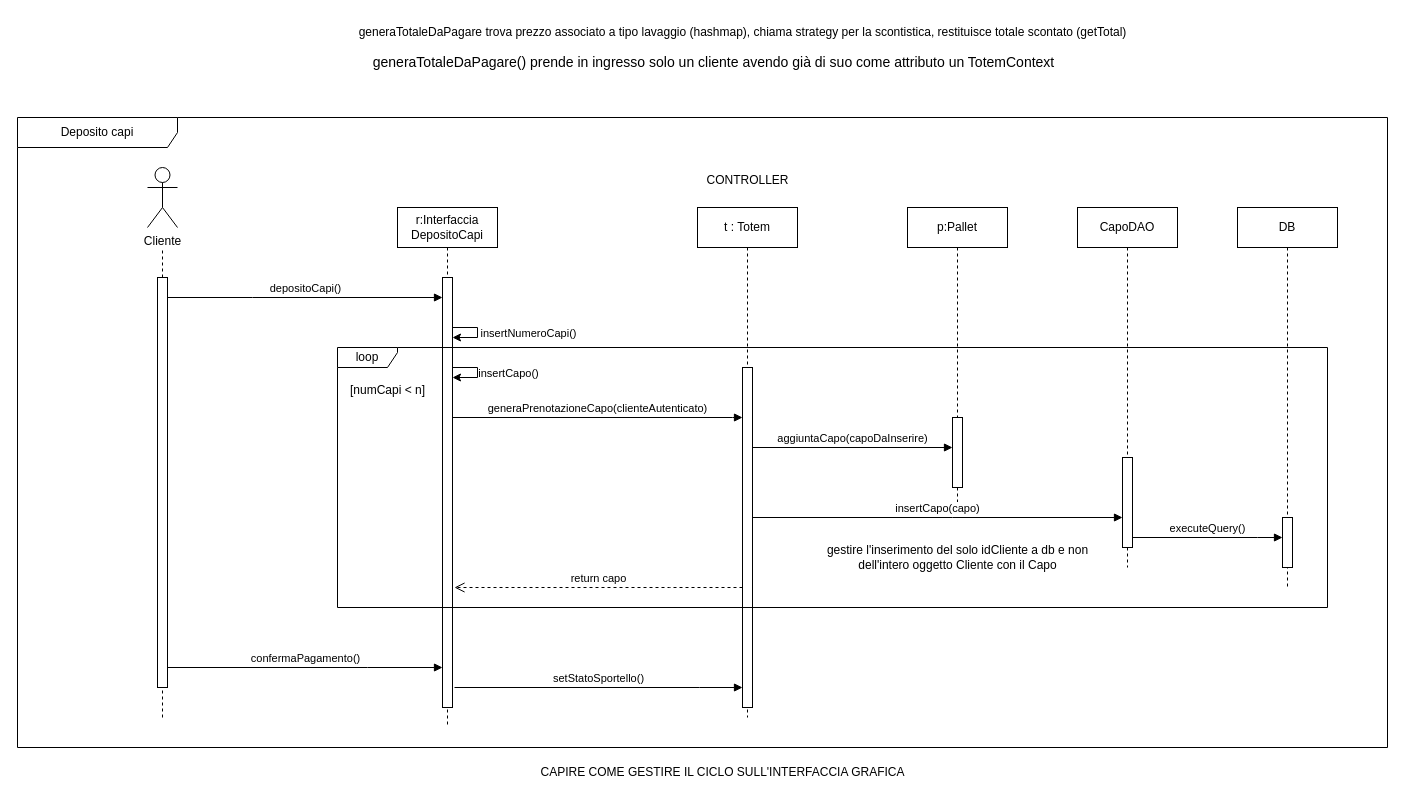
This is Docs/7 - Diagrammi Sequenze/DiagSeqUC2_AlternativeScenario.drawio from IngSW-unipv/Progetto-M25, a draw.io file, before an edit. Source tidied: cells renumbered, new cells numbered last; positions are measured from the earlier drawing's top-left corner, leaving out a move shared by most shapes. Both pictures are drawn from the tidied source at 100%, with x=0, y=0 at pixel (17, 17).
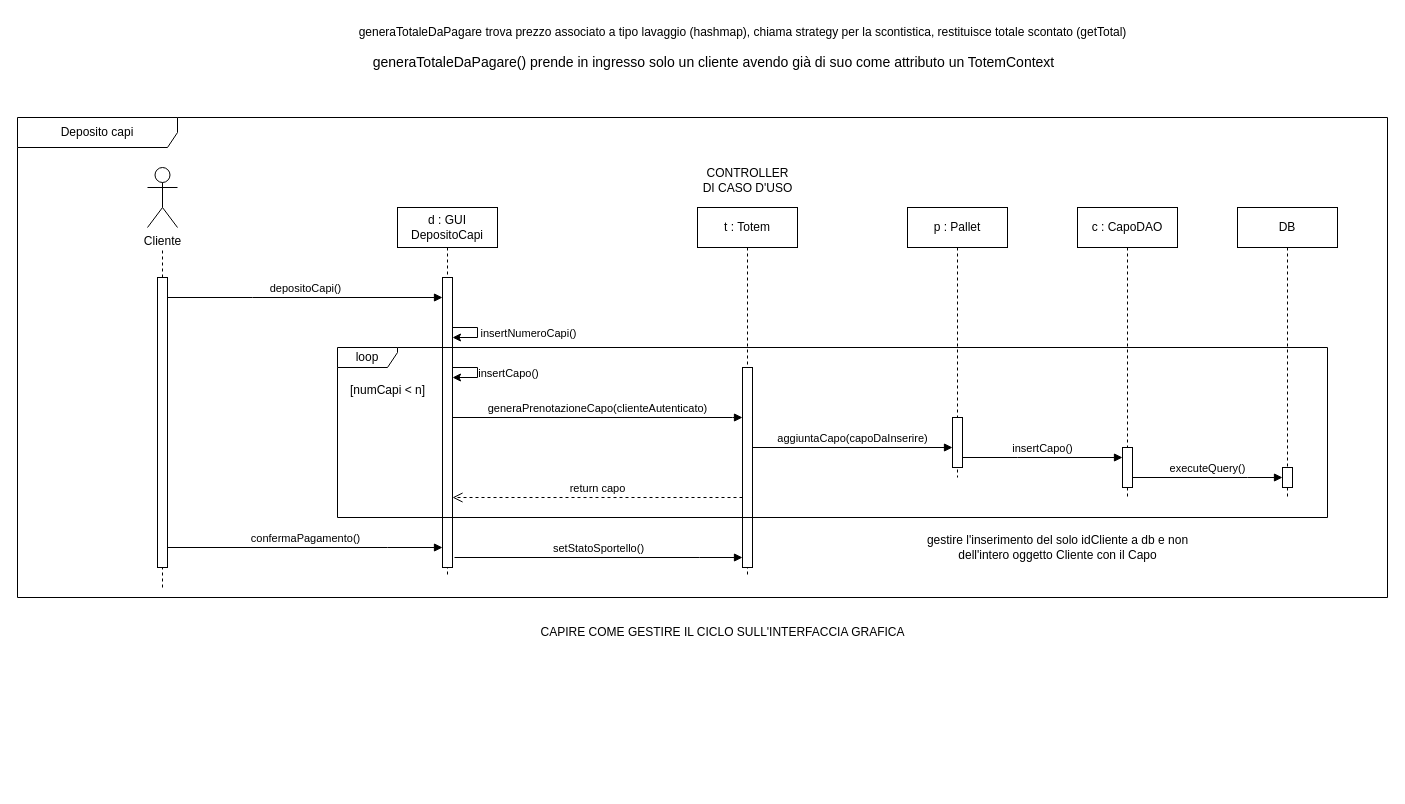
Above is the later version.

Diff of the diagram source:
```diff
@@
-    <mxCell id="2" value="r:Interfaccia DepositoCapi" style="shape=umlLifeline;perimeter=lifelinePerimeter;whiteSpace=wrap;html=1;newEdgeStyle={&quot;edgeStyle&quot;:&quot;elbowEdgeStyle&quot;,&quot;elbow&quot;:&quot;vertical&quot;,&quot;curved&quot;:0,&quot;rounded&quot;:0};fontColor=light-dark(#000000,#FFFFFF);" parent="1" vertex="1">
-      <mxGeometry x="380" y="190" width="100" height="520" as="geometry" />
+    <mxCell id="2" value="d : GUI&lt;br&gt;DepositoCapi" style="shape=umlLifeline;perimeter=lifelinePerimeter;whiteSpace=wrap;html=1;newEdgeStyle={&quot;edgeStyle&quot;:&quot;elbowEdgeStyle&quot;,&quot;elbow&quot;:&quot;vertical&quot;,&quot;curved&quot;:0,&quot;rounded&quot;:0};fontColor=light-dark(#000000,#FFFFFF);" parent="1" vertex="1">
+      <mxGeometry x="380" y="190" width="100" height="370" as="geometry" />
     </mxCell>
     <mxCell id="3" style="html=1;points=[];perimeter=orthogonalPerimeter;outlineConnect=0;targetShapes=umlLifeline;portConstraint=eastwest;newEdgeStyle={&quot;edgeStyle&quot;:&quot;elbowEdgeStyle&quot;,&quot;elbow&quot;:&quot;vertical&quot;,&quot;curved&quot;:0,&quot;rounded&quot;:0};fontColor=light-dark(#000000,#FFFFFF);" parent="2" vertex="1">
-      <mxGeometry x="45" y="70" width="10" height="430" as="geometry" />
+      <mxGeometry x="45" y="70" width="10" height="290" as="geometry" />
     </mxCell>
     <mxCell id="4" value="t : Totem" style="shape=umlLifeline;perimeter=lifelinePerimeter;whiteSpace=wrap;html=1;newEdgeStyle={&quot;edgeStyle&quot;:&quot;elbowEdgeStyle&quot;,&quot;elbow&quot;:&quot;vertical&quot;,&quot;curved&quot;:0,&quot;rounded&quot;:0};fontColor=light-dark(#000000,#FFFFFF);" parent="1" vertex="1">
-      <mxGeometry x="680" y="190" width="100" height="510" as="geometry" />
+      <mxGeometry x="680" y="190" width="100" height="370" as="geometry" />
     </mxCell>
     <mxCell id="5" style="html=1;points=[];perimeter=orthogonalPerimeter;outlineConnect=0;targetShapes=umlLifeline;portConstraint=eastwest;newEdgeStyle={&quot;edgeStyle&quot;:&quot;elbowEdgeStyle&quot;,&quot;elbow&quot;:&quot;vertical&quot;,&quot;curved&quot;:0,&quot;rounded&quot;:0};fontColor=light-dark(#000000,#FFFFFF);" parent="4" vertex="1">
-      <mxGeometry x="45" y="160" width="10" height="340" as="geometry" />
+      <mxGeometry x="45" y="160" width="10" height="200" as="geometry" />
     </mxCell>
-    <mxCell id="6" value="return capo" style="html=1;verticalAlign=bottom;endArrow=open;dashed=1;endSize=8;edgeStyle=elbowEdgeStyle;elbow=vertical;curved=0;rounded=0;fontColor=light-dark(#000000,#FFFFFF);" parent="1" edge="1" source="5">
+    <mxCell id="6" value="return capo" style="html=1;verticalAlign=bottom;endArrow=open;dashed=1;endSize=8;edgeStyle=elbowEdgeStyle;elbow=vertical;curved=0;rounded=0;fontColor=light-dark(#000000,#FFFFFF);" parent="1" edge="1" source="5" target="3">
       <mxGeometry relative="1" as="geometry">
-        <mxPoint x="437" y="570" as="targetPoint" />
         <Array as="points">
+          <mxPoint x="510" y="480" />
           <mxPoint x="652" y="570" />
         </Array>
       </mxGeometry>
     </mxCell>
     <mxCell id="7" value="Deposito capi" style="shape=umlFrame;whiteSpace=wrap;html=1;width=160;fontColor=light-dark(#000000,#FFFFFF);" parent="1" vertex="1">
-      <mxGeometry y="100" width="1370" height="630" as="geometry" />
+      <mxGeometry y="100" width="1370" height="480" as="geometry" />
     </mxCell>
     <mxCell id="8" value="DB" style="shape=umlLifeline;perimeter=lifelinePerimeter;whiteSpace=wrap;html=1;newEdgeStyle={&quot;edgeStyle&quot;:&quot;elbowEdgeStyle&quot;,&quot;elbow&quot;:&quot;vertical&quot;,&quot;curved&quot;:0,&quot;rounded&quot;:0};fontColor=light-dark(#000000,#FFFFFF);" parent="7" vertex="1">
-      <mxGeometry x="1220" y="90" width="100" height="380" as="geometry" />
+      <mxGeometry x="1220" y="90" width="100" height="290" as="geometry" />
     </mxCell>
     <mxCell id="9" style="html=1;points=[];perimeter=orthogonalPerimeter;outlineConnect=0;targetShapes=umlLifeline;portConstraint=eastwest;newEdgeStyle={&quot;edgeStyle&quot;:&quot;elbowEdgeStyle&quot;,&quot;elbow&quot;:&quot;vertical&quot;,&quot;curved&quot;:0,&quot;rounded&quot;:0};fontColor=light-dark(#000000,#FFFFFF);" parent="8" vertex="1">
-      <mxGeometry x="45" y="310" width="10" height="50" as="geometry" />
+      <mxGeometry x="45" y="260" width="10" height="20" as="geometry" />
     </mxCell>
-    <mxCell id="10" value="p:Pallet" style="shape=umlLifeline;perimeter=lifelinePerimeter;whiteSpace=wrap;html=1;newEdgeStyle={&quot;edgeStyle&quot;:&quot;elbowEdgeStyle&quot;,&quot;elbow&quot;:&quot;vertical&quot;,&quot;curved&quot;:0,&quot;rounded&quot;:0};fontColor=light-dark(#000000,#FFFFFF);" parent="7" vertex="1">
-      <mxGeometry x="890" y="90" width="100" height="300" as="geometry" />
+    <mxCell id="10" value="p : Pallet" style="shape=umlLifeline;perimeter=lifelinePerimeter;whiteSpace=wrap;html=1;newEdgeStyle={&quot;edgeStyle&quot;:&quot;elbowEdgeStyle&quot;,&quot;elbow&quot;:&quot;vertical&quot;,&quot;curved&quot;:0,&quot;rounded&quot;:0};fontColor=light-dark(#000000,#FFFFFF);" parent="7" vertex="1">
+      <mxGeometry x="890" y="90" width="100" height="270" as="geometry" />
     </mxCell>
     <mxCell id="11" style="html=1;points=[];perimeter=orthogonalPerimeter;outlineConnect=0;targetShapes=umlLifeline;portConstraint=eastwest;newEdgeStyle={&quot;edgeStyle&quot;:&quot;elbowEdgeStyle&quot;,&quot;elbow&quot;:&quot;vertical&quot;,&quot;curved&quot;:0,&quot;rounded&quot;:0};fontColor=light-dark(#000000,#FFFFFF);" parent="10" vertex="1">
-      <mxGeometry x="45" y="210" width="10" height="70" as="geometry" />
+      <mxGeometry x="45" y="210" width="10" height="50" as="geometry" />
     </mxCell>
@@
     <mxCell id="13" value="gestire l'inserimento del solo idCliente a db e non &lt;br&gt;dell'intero oggetto Cliente con il Capo" style="text;html=1;align=center;verticalAlign=middle;strokeColor=none;fillColor=none;fontColor=light-dark(#000000,#FFFFFF);" parent="7" vertex="1">
-      <mxGeometry x="800" y="420" width="280" height="40" as="geometry" />
+      <mxGeometry x="900" y="410" width="280" height="40" as="geometry" />
     </mxCell>
-    <mxCell id="14" value="CapoDAO" style="shape=umlLifeline;perimeter=lifelinePerimeter;whiteSpace=wrap;html=1;newEdgeStyle={&quot;edgeStyle&quot;:&quot;elbowEdgeStyle&quot;,&quot;elbow&quot;:&quot;vertical&quot;,&quot;curved&quot;:0,&quot;rounded&quot;:0};fontColor=light-dark(#000000,#FFFFFF);" parent="7" vertex="1">
-      <mxGeometry x="1060" y="90" width="100" height="360" as="geometry" />
+    <mxCell id="14" value="c : CapoDAO" style="shape=umlLifeline;perimeter=lifelinePerimeter;whiteSpace=wrap;html=1;newEdgeStyle={&quot;edgeStyle&quot;:&quot;elbowEdgeStyle&quot;,&quot;elbow&quot;:&quot;vertical&quot;,&quot;curved&quot;:0,&quot;rounded&quot;:0};fontColor=light-dark(#000000,#FFFFFF);" parent="7" vertex="1">
+      <mxGeometry x="1060" y="90" width="100" height="290" as="geometry" />
     </mxCell>
     <mxCell id="15" style="html=1;points=[];perimeter=orthogonalPerimeter;outlineConnect=0;targetShapes=umlLifeline;portConstraint=eastwest;newEdgeStyle={&quot;edgeStyle&quot;:&quot;elbowEdgeStyle&quot;,&quot;elbow&quot;:&quot;vertical&quot;,&quot;curved&quot;:0,&quot;rounded&quot;:0};fontColor=light-dark(#000000,#FFFFFF);" parent="14" vertex="1">
-      <mxGeometry x="45" y="250" width="10" height="90" as="geometry" />
+      <mxGeometry x="45" y="240" width="10" height="40" as="geometry" />
     </mxCell>
-    <mxCell id="16" value="insertCapo(capo)" style="html=1;verticalAlign=bottom;endArrow=block;edgeStyle=elbowEdgeStyle;elbow=vertical;curved=0;rounded=0;fontColor=light-dark(#000000,#FFFFFF);" parent="7" edge="1" target="15">
-      <mxGeometry relative="1" as="geometry">
-        <mxPoint x="735" y="400" as="sourcePoint" />
-        <Array as="points">
-          <mxPoint x="935" y="400" />
-          <mxPoint x="1100" y="434.6" />
-          <mxPoint x="1020" y="344.6" />
-        </Array>
-      </mxGeometry>
-    </mxCell>
     <mxCell id="17" value="executeQuery()" style="html=1;verticalAlign=bottom;endArrow=block;edgeStyle=elbowEdgeStyle;elbow=vertical;curved=0;rounded=0;fontColor=light-dark(#000000,#FFFFFF);" parent="7" edge="1" source="15" target="9">
       <mxGeometry relative="1" as="geometry">
         <Array as="points">
+          <mxPoint x="1230" y="360" />
           <mxPoint x="1240" y="420" />
           <mxPoint x="1470" y="454.6" />
           <mxPoint x="1390" y="364.6" />
         </Array>
       </mxGeometry>
     </mxCell>
+    <mxCell id="27" value="setStatoSportello()" style="html=1;verticalAlign=bottom;endArrow=block;edgeStyle=elbowEdgeStyle;elbow=vertical;curved=0;rounded=0;fontColor=light-dark(#000000,#FFFFFF);" parent="7" edge="1">
+      <mxGeometry relative="1" as="geometry">
+        <mxPoint x="437" y="440" as="sourcePoint" />
+        <mxPoint x="725" y="440" as="targetPoint" />
+        <Array as="points">
+          <mxPoint x="682" y="440" />
+          <mxPoint x="722" y="470" />
+          <mxPoint x="642" y="380" />
+        </Array>
+      </mxGeometry>
+    </mxCell>
@@
     <mxCell id="20" style="endArrow=none;dashed=1;html=1;rounded=0;fontColor=light-dark(#000000,#FFFFFF);" parent="1" edge="1" target="21">
       <mxGeometry relative="1" as="geometry">
-        <mxPoint x="145" y="700" as="sourcePoint" />
+        <mxPoint x="145" y="570" as="sourcePoint" />
       </mxGeometry>
     </mxCell>
     <mxCell id="21" style="html=1;points=[];perimeter=orthogonalPerimeter;outlineConnect=0;targetShapes=umlLifeline;portConstraint=eastwest;newEdgeStyle={&quot;edgeStyle&quot;:&quot;elbowEdgeStyle&quot;,&quot;elbow&quot;:&quot;vertical&quot;,&quot;curved&quot;:0,&quot;rounded&quot;:0};fontColor=light-dark(#000000,#FFFFFF);" parent="1" vertex="1">
-      <mxGeometry x="140" y="260" width="10" height="410" as="geometry" />
+      <mxGeometry x="140" y="260" width="10" height="290" as="geometry" />
     </mxCell>
@@
-    <mxCell id="26" value="confermaPagamento()" style="html=1;verticalAlign=bottom;endArrow=block;edgeStyle=elbowEdgeStyle;elbow=vertical;curved=0;rounded=0;fontColor=light-dark(#000000,#FFFFFF);" parent="1" edge="1" target="3">
+    <mxCell id="26" value="confermaPagamento()" style="html=1;verticalAlign=bottom;endArrow=block;edgeStyle=elbowEdgeStyle;elbow=vertical;curved=0;rounded=0;fontColor=light-dark(#000000,#FFFFFF);" parent="1" edge="1" source="21" target="3">
       <mxGeometry relative="1" as="geometry">
-        <mxPoint x="150" y="650" as="sourcePoint" />
         <Array as="points">
+          <mxPoint x="370" y="530" />
           <mxPoint x="350" y="650" />
           <mxPoint x="435" y="684.6" />
           <mxPoint x="355" y="594.6" />
         </Array>
       </mxGeometry>
     </mxCell>
-    <mxCell id="27" value="setStatoSportello()" style="html=1;verticalAlign=bottom;endArrow=block;edgeStyle=elbowEdgeStyle;elbow=vertical;curved=0;rounded=0;fontColor=light-dark(#000000,#FFFFFF);" parent="1" edge="1" target="5">
-      <mxGeometry relative="1" as="geometry">
-        <mxPoint x="437" y="670" as="sourcePoint" />
-        <Array as="points">
-          <mxPoint x="682" y="670" />
-          <mxPoint x="722" y="700" />
-          <mxPoint x="642" y="610" />
-        </Array>
-      </mxGeometry>
-    </mxCell>
-    <mxCell id="28" value="CONTROLLER" style="text;html=1;align=center;verticalAlign=middle;strokeColor=none;fillColor=none;fontColor=light-dark(#000000,#FFFFFF);" parent="1" vertex="1">
-      <mxGeometry x="675" y="148" width="110" height="30" as="geometry" />
+    <mxCell id="28" value="CONTROLLER&lt;br&gt;DI CASO D'USO" style="text;html=1;align=center;verticalAlign=middle;strokeColor=none;fillColor=none;fontColor=light-dark(#000000,#FFFFFF);" parent="1" vertex="1">
+      <mxGeometry x="675" y="143" width="110" height="40" as="geometry" />
     </mxCell>
@@
     <mxCell id="33" value="loop" style="shape=umlFrame;whiteSpace=wrap;html=1;width=60;height=20;fontColor=light-dark(#000000,#FFFFFF);" parent="1" vertex="1">
-      <mxGeometry x="320" y="330" width="990" height="260" as="geometry" />
+      <mxGeometry x="320" y="330" width="990" height="170" as="geometry" />
     </mxCell>
+    <mxCell id="35" value="CAPIRE COME GESTIRE IL CICLO SULL'INTERFACCIA GRAFICA" style="text;html=1;align=center;verticalAlign=middle;strokeColor=none;fillColor=none;fontColor=light-dark(#000000,#FFFFFF);" parent="1" vertex="1">
+      <mxGeometry x="510" y="600" width="390" height="30" as="geometry" />
+    </mxCell>
-    <mxCell id="34" value="[numCapi &amp;lt; n]" style="text;html=1;align=center;verticalAlign=middle;strokeColor=none;fillColor=none;fontColor=light-dark(#000000,#FFFFFF);" parent="33" vertex="1">
-      <mxGeometry y="28" width="100" height="30" as="geometry" />
+    <mxCell id="34" value="[numCapi &amp;lt; n]" style="text;html=1;align=center;verticalAlign=middle;strokeColor=none;fillColor=none;fontColor=light-dark(#000000,#FFFFFF);" parent="1" vertex="1">
+      <mxGeometry x="320" y="358" width="100" height="30" as="geometry" />
     </mxCell>
-    <mxCell id="35" value="CAPIRE COME GESTIRE IL CICLO SULL'INTERFACCIA GRAFICA" style="text;html=1;align=center;verticalAlign=middle;strokeColor=none;fillColor=none;fontColor=light-dark(#000000,#FFFFFF);" parent="1" vertex="1">
-      <mxGeometry x="510" y="740" width="390" height="30" as="geometry" />
-    </mxCell>
+    <mxCell id="16" value="insertCapo()" style="html=1;verticalAlign=bottom;endArrow=block;edgeStyle=elbowEdgeStyle;elbow=vertical;curved=0;rounded=0;fontColor=light-dark(#000000,#FFFFFF);" parent="1" edge="1" target="15">
+      <mxGeometry relative="1" as="geometry">
+        <mxPoint x="945" y="440" as="sourcePoint" />
+        <Array as="points">
+          <mxPoint x="1000" y="440" />
+          <mxPoint x="1310" y="474.6" />
+          <mxPoint x="1230" y="384.6" />
+        </Array>
+      </mxGeometry>
+    </mxCell>
```
